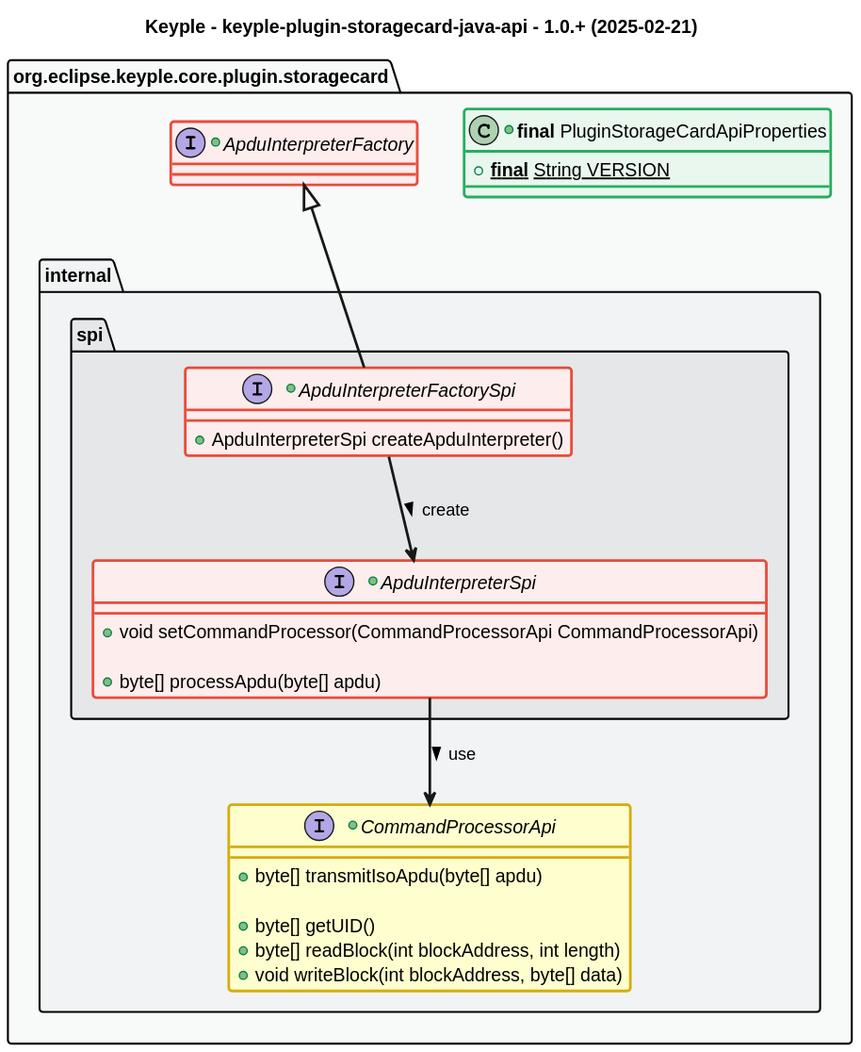
Earlier version of the PlantUML export src/main/uml/api_class_diagram.svg (eclipse-keyple/keyple-plugin-storagecard-java-api).
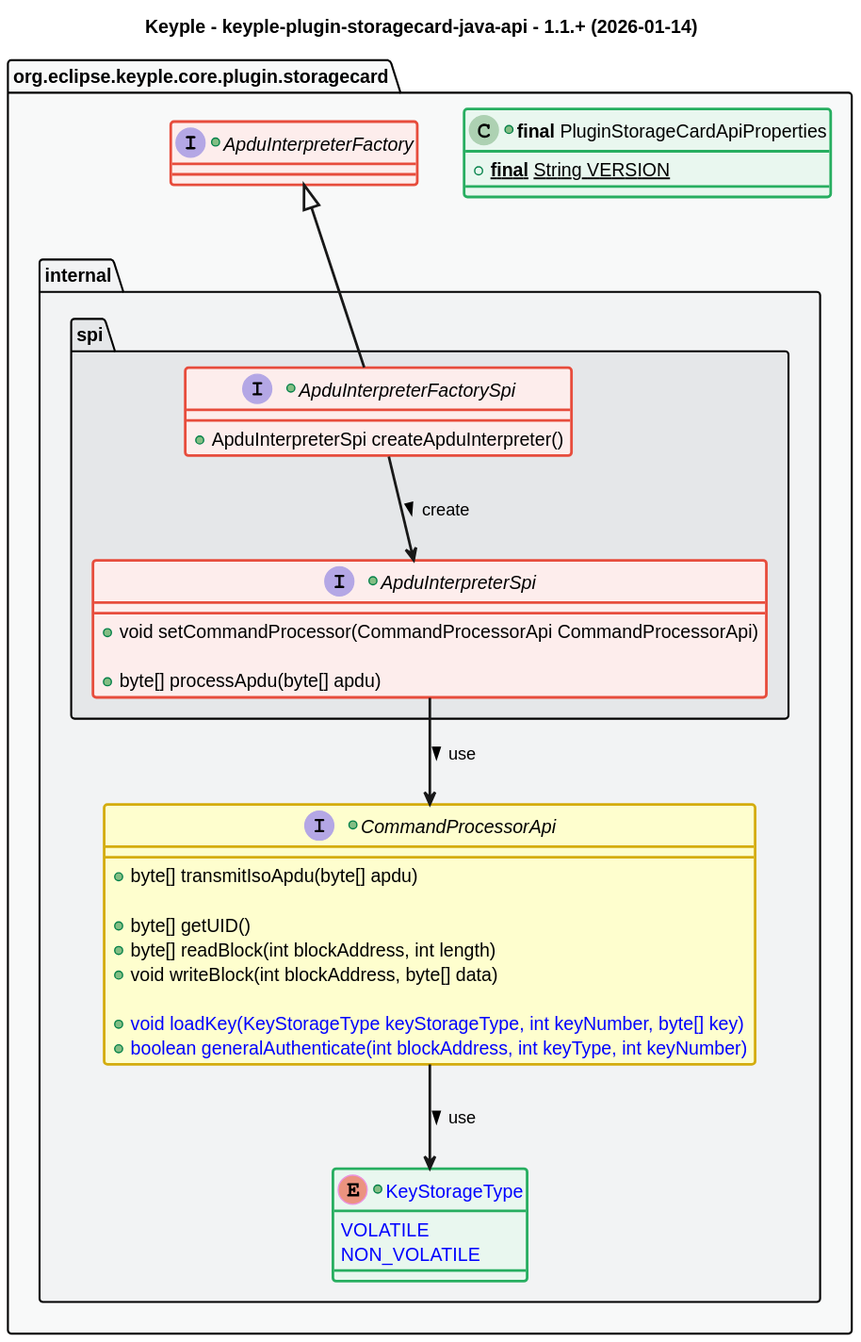
The same file after the commit.

The edit, as a diff of the source:
```diff
@@ -1,6 +1,6 @@
 @startuml
 title
-    Keyple - keyple-plugin-storagecard-java-api - 1.0.+ (2025-02-21)
+    Keyple - keyple-plugin-storagecard-java-api - 1.1.+ (2026-01-14)
 end title
 
 
@@ -47,12 +47,19 @@
     +interface ApduInterpreterFactory <<red>> {
     }
     package "internal" as internal #C_GREY2 {
+      +enum "<color:blue>KeyStorageType" as KeyStorageType <<green>> {
+          <color:blue>VOLATILE
+          <color:blue>NON_VOLATILE
+      }
       +interface CommandProcessorApi {
           +byte[] transmitIsoApdu(byte[] apdu)
 
           +byte[] getUID()
           +byte[] readBlock(int blockAddress, int length)
           +void writeBlock(int blockAddress, byte[] data)
+
+          +<color:blue>void loadKey(KeyStorageType keyStorageType, int keyNumber, byte[] key)
+          +<color:blue>boolean generalAuthenticate(int blockAddress, int keyType, int keyNumber)
       }
       package spi #C_GREY3 {
         +interface ApduInterpreterFactorySpi <<red>> extends api.ApduInterpreterFactory {
@@ -69,6 +76,7 @@
 
 ApduInterpreterFactorySpi --> ApduInterpreterSpi : create >
 ApduInterpreterSpi --> CommandProcessorApi : use >
+CommandProcessorApi --> KeyStorageType : use >
 
 
 @enduml
```
